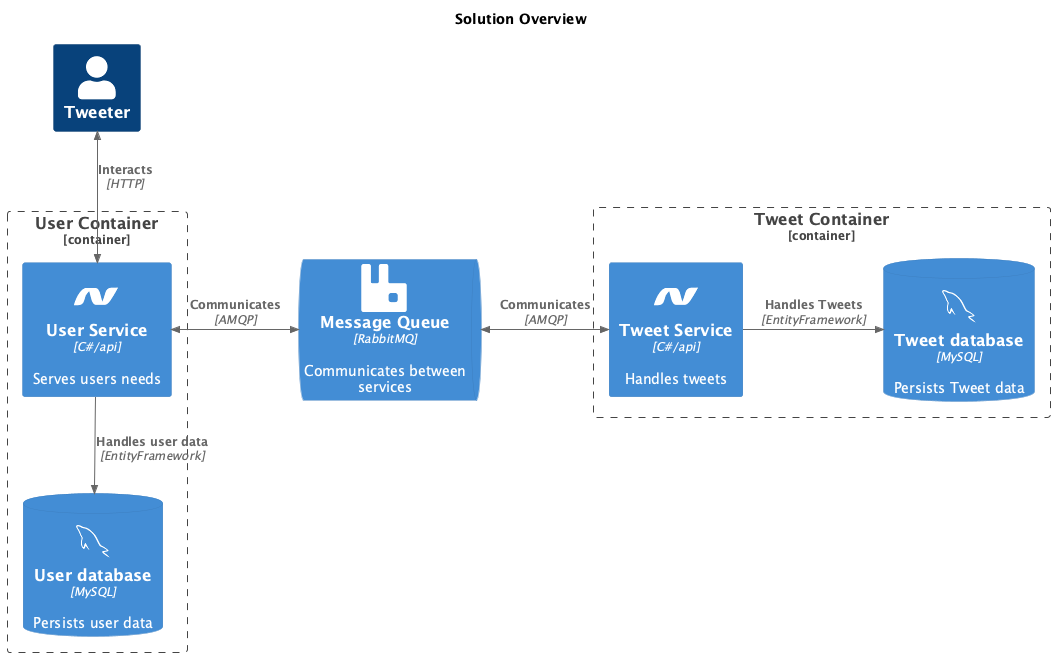
BjoernGoettler/sica01 keeps this PlantUML diagram as documentation/diagrams/Solution.png. Above is the earlier version.
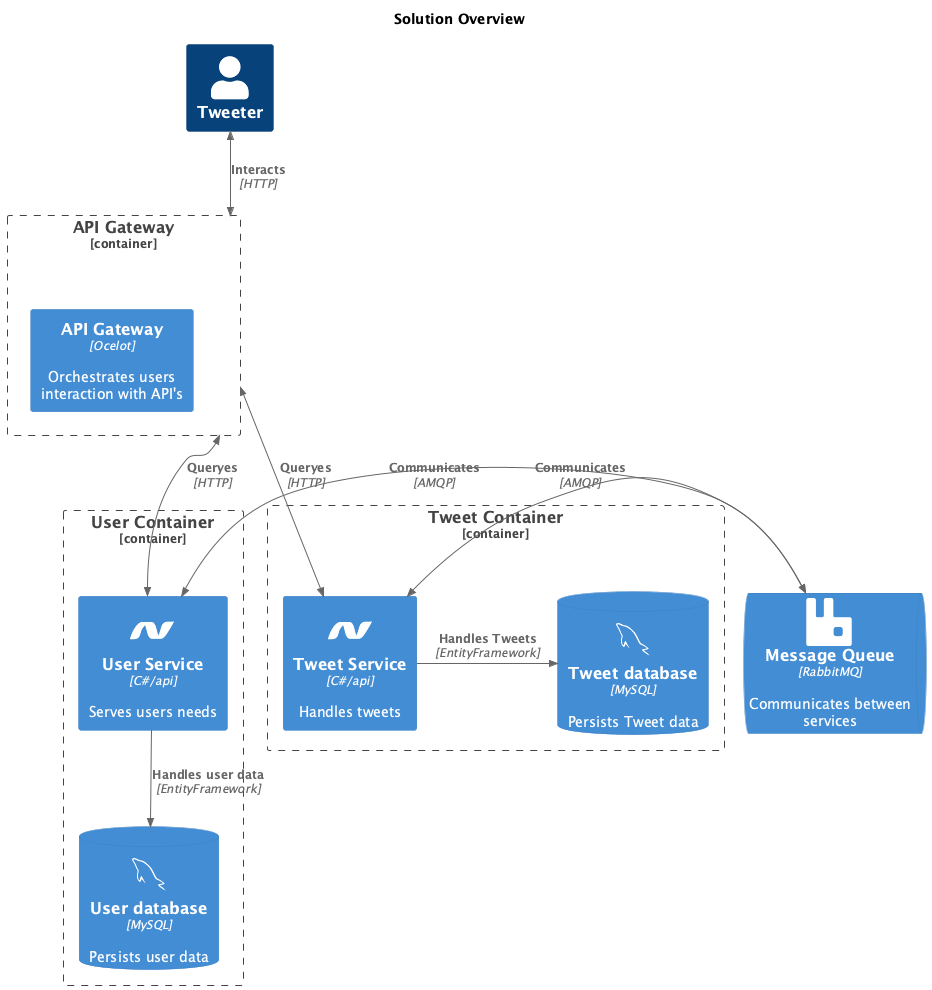
The same file after the commit.

Diff of the diagram source:
```diff
@@ -26,6 +26,10 @@
 
 Person(user, "Tweeter")
 
+Container_Boundary(apigateway, "API Gateway"){
+    Container(gatewaycontainer,"API Gateway", "Ocelot", "Orchestrates users interaction with API's")
+}
+
 Container_Boundary(usercontainer, "User Container"){
     Container(userservice, "User Service", "C#/api", "Serves users needs", $sprite=dotnet)
     ContainerDb(userdb, "User database", "MySQL", "Persists user data", $sprite=mysql)
@@ -40,7 +44,9 @@
 
 
 
-BiRel_D(user, userservice, "Interacts", "HTTP")
+BiRel_D(user, apigateway, "Interacts", "HTTP")
+BiRel_D(apigateway, userservice, "Queryes", "HTTP")
+BiRel_D(apigateway, tweetservice, "Queryes", "HTTP")
 Rel_D(userservice, userdb, "Handles user data", "EntityFramework")
 BiRel_R(userservice, messagequeue, "Communicates", "AMQP")
 BiRel_R(messagequeue, tweetservice, "Communicates", "AMQP")
```
